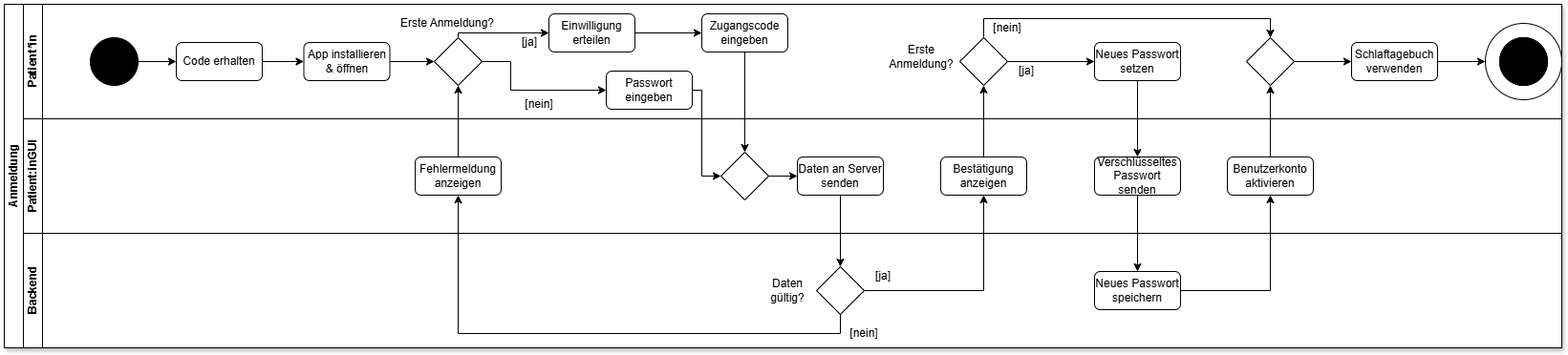
This is docs/product/images/meilenstein2/Aktivitaet_Anmeldung.drawio.png from duhoanghai/swp25-26, a draw.io export, as it was before one commit. Source tidied: cells renumbered, new cells last; positions are measured from the earlier drawing's top-left corner, leaving out a move shared by most shapes. Its diagram source:
```xml
<mxGraphModel>
  <root>
    <mxCell id="0" />
    <mxCell id="1" value="Diagrammbg" parent="0" />
    <mxCell id="2" style="rounded=0;whiteSpace=wrap;html=1;imageAspect=0;shadow=1;noLabel=1;" parent="1" vertex="1">
      <mxGeometry width="1630" height="360" as="geometry" />
    </mxCell>
    <mxCell id="3" parent="0" />
    <mxCell id="4" value="Anmeldung" style="swimlane;horizontal=0;startSize=20;html=1;" parent="3" vertex="1">
      <mxGeometry width="1630" height="360" as="geometry" />
    </mxCell>
    <mxCell id="5" value="Patient*in" style="swimlane;startSize=20;horizontal=0;html=1;" parent="4" vertex="1">
      <mxGeometry x="20" width="1610" height="120" as="geometry" />
    </mxCell>
    <mxCell id="6" style="ellipse;whiteSpace=wrap;html=1;" parent="5" vertex="1">
      <mxGeometry x="1530" y="20" width="80" height="80" as="geometry" />
    </mxCell>
    <mxCell id="7" style="edgeStyle=orthogonalEdgeStyle;rounded=0;jettySize=auto;html=1;exitX=1;exitY=0.5;exitDx=0;exitDy=0;entryX=0;entryY=0.5;entryDx=0;entryDy=0;" parent="5" edge="1" target="9">
      <mxGeometry relative="1" as="geometry">
        <mxPoint x="120" y="60" as="sourcePoint" />
      </mxGeometry>
    </mxCell>
    <mxCell id="8" style="edgeStyle=orthogonalEdgeStyle;rounded=0;jettySize=auto;html=1;exitX=1;exitY=0.5;exitDx=0;exitDy=0;entryX=0;entryY=0.5;entryDx=0;entryDy=0;" parent="5" edge="1" source="9" target="11">
      <mxGeometry relative="1" as="geometry" />
    </mxCell>
    <mxCell id="9" value="Code erhalten" style="rounded=1;whiteSpace=wrap;html=1;" parent="5" vertex="1">
      <mxGeometry x="160" y="40" width="90" height="40" as="geometry" />
    </mxCell>
    <mxCell id="10" style="edgeStyle=orthogonalEdgeStyle;rounded=0;jettySize=auto;html=1;exitX=1;exitY=0.5;exitDx=0;exitDy=0;entryX=0;entryY=0.5;entryDx=0;entryDy=0;" parent="5" edge="1" source="11" target="14">
      <mxGeometry relative="1" as="geometry" />
    </mxCell>
    <mxCell id="11" value="App installieren &amp;amp; öffnen" style="rounded=1;whiteSpace=wrap;html=1;" parent="5" vertex="1">
      <mxGeometry x="293.5" y="40" width="90" height="40" as="geometry" />
    </mxCell>
    <mxCell id="12" style="edgeStyle=orthogonalEdgeStyle;rounded=0;jettySize=auto;html=1;exitX=1;exitY=0.5;exitDx=0;exitDy=0;entryX=0;entryY=0.5;entryDx=0;entryDy=0;" parent="5" edge="1" source="14" target="17">
      <mxGeometry relative="1" as="geometry">
        <Array as="points">
          <mxPoint x="510" y="60" />
          <mxPoint x="510" y="90" />
        </Array>
      </mxGeometry>
    </mxCell>
    <mxCell id="13" style="edgeStyle=orthogonalEdgeStyle;rounded=0;jettySize=auto;html=1;exitX=0.5;exitY=0;exitDx=0;exitDy=0;entryX=0;entryY=0.5;entryDx=0;entryDy=0;" parent="5" edge="1" source="14" target="35">
      <mxGeometry relative="1" as="geometry">
        <Array as="points">
          <mxPoint x="455" y="30" />
        </Array>
      </mxGeometry>
    </mxCell>
    <mxCell id="14" style="rhombus;whiteSpace=wrap;html=1;" parent="5" vertex="1">
      <mxGeometry x="430" y="35" width="50" height="50" as="geometry" />
    </mxCell>
    <mxCell id="15" value="Erste Anmeldung?" style="text;html=1;whiteSpace=wrap;strokeColor=none;fillColor=none;align=center;verticalAlign=middle;rounded=0;" parent="5" vertex="1">
      <mxGeometry x="384" y="5" width="120" height="30" as="geometry" />
    </mxCell>
    <mxCell id="16" value="Zugangscode eingeben" style="rounded=1;whiteSpace=wrap;html=1;" parent="5" vertex="1">
      <mxGeometry x="710" y="10" width="90" height="40" as="geometry" />
    </mxCell>
    <mxCell id="17" value="Passwort eingeben" style="rounded=1;whiteSpace=wrap;html=1;" parent="5" vertex="1">
      <mxGeometry x="610" y="70" width="90" height="40" as="geometry" />
    </mxCell>
    <mxCell id="18" value="[ja]" style="text;html=1;whiteSpace=wrap;strokeColor=none;fillColor=none;align=center;verticalAlign=middle;rounded=0;" parent="5" vertex="1">
      <mxGeometry x="500" y="25" width="60" height="30" as="geometry" />
    </mxCell>
    <mxCell id="19" value="[nein]" style="text;html=1;whiteSpace=wrap;strokeColor=none;fillColor=none;align=center;verticalAlign=middle;rounded=0;" parent="5" vertex="1">
      <mxGeometry x="510" y="90" width="60" height="30" as="geometry" />
    </mxCell>
    <mxCell id="20" style="ellipse;whiteSpace=wrap;html=1;fillColor=#000000;" parent="5" vertex="1">
      <mxGeometry x="70" y="35" width="50" height="50" as="geometry" />
    </mxCell>
    <mxCell id="21" style="edgeStyle=orthogonalEdgeStyle;rounded=0;jettySize=auto;html=1;exitX=1;exitY=0.5;exitDx=0;exitDy=0;entryX=0;entryY=0.5;entryDx=0;entryDy=0;" parent="5" edge="1" source="22" target="30">
      <mxGeometry relative="1" as="geometry" />
    </mxCell>
    <mxCell id="22" style="rhombus;whiteSpace=wrap;html=1;" parent="5" vertex="1">
      <mxGeometry x="1280" y="35" width="50" height="50" as="geometry" />
    </mxCell>
    <mxCell id="23" style="edgeStyle=orthogonalEdgeStyle;rounded=0;jettySize=auto;html=1;exitX=1;exitY=0.5;exitDx=0;exitDy=0;entryX=0;entryY=0.5;entryDx=0;entryDy=0;" parent="5" edge="1" source="25" target="26">
      <mxGeometry relative="1" as="geometry" />
    </mxCell>
    <mxCell id="24" style="edgeStyle=orthogonalEdgeStyle;rounded=0;jettySize=auto;html=1;exitX=0.5;exitY=0;exitDx=0;exitDy=0;entryX=0.5;entryY=0;entryDx=0;entryDy=0;" parent="5" edge="1" source="25" target="22">
      <mxGeometry relative="1" as="geometry" />
    </mxCell>
    <mxCell id="25" style="rhombus;whiteSpace=wrap;html=1;" parent="5" vertex="1">
      <mxGeometry x="980" y="35" width="50" height="50" as="geometry" />
    </mxCell>
    <mxCell id="26" value="Neues Passwort setzen" style="rounded=1;whiteSpace=wrap;html=1;" parent="5" vertex="1">
      <mxGeometry x="1121" y="40" width="90" height="40" as="geometry" />
    </mxCell>
    <mxCell id="27" value="Erste Anmeldung?" style="text;html=1;whiteSpace=wrap;strokeColor=none;fillColor=none;align=center;verticalAlign=middle;rounded=0;" parent="5" vertex="1">
      <mxGeometry x="910" y="40" width="60" height="30" as="geometry" />
    </mxCell>
    <mxCell id="28" value="[ja]" style="text;html=1;whiteSpace=wrap;strokeColor=none;fillColor=none;align=center;verticalAlign=middle;rounded=0;" parent="5" vertex="1">
      <mxGeometry x="1020" y="55" width="60" height="30" as="geometry" />
    </mxCell>
    <mxCell id="29" style="edgeStyle=orthogonalEdgeStyle;rounded=0;jettySize=auto;html=1;exitX=1;exitY=0.5;exitDx=0;exitDy=0;entryX=0;entryY=0.5;entryDx=0;entryDy=0;" parent="5" edge="1" source="30" target="6">
      <mxGeometry relative="1" as="geometry" />
    </mxCell>
    <mxCell id="30" value="Schlaftagebuch verwenden" style="rounded=1;whiteSpace=wrap;html=1;" parent="5" vertex="1">
      <mxGeometry x="1390" y="40" width="90" height="40" as="geometry" />
    </mxCell>
    <mxCell id="31" style="ellipse;whiteSpace=wrap;html=1;fillColor=#FFFFFF;" parent="5" vertex="1">
      <mxGeometry x="1545" y="35" width="50" height="50" as="geometry" />
    </mxCell>
    <mxCell id="32" value="[nein]" style="text;html=1;whiteSpace=wrap;strokeColor=none;fillColor=none;align=center;verticalAlign=middle;rounded=0;" parent="5" vertex="1">
      <mxGeometry x="1000" y="10" width="60" height="30" as="geometry" />
    </mxCell>
    <mxCell id="33" style="ellipse;whiteSpace=wrap;html=1;fillColor=#000000;" parent="5" vertex="1">
      <mxGeometry x="1545" y="35" width="50" height="50" as="geometry" />
    </mxCell>
    <mxCell id="34" style="edgeStyle=orthogonalEdgeStyle;rounded=0;jettySize=auto;html=1;exitX=1;exitY=0.5;exitDx=0;exitDy=0;entryX=0;entryY=0.5;entryDx=0;entryDy=0;" parent="5" edge="1" source="35" target="16">
      <mxGeometry relative="1" as="geometry" />
    </mxCell>
    <mxCell id="35" value="Einwilligung erteilen" style="rounded=1;whiteSpace=wrap;html=1;" parent="5" vertex="1">
      <mxGeometry x="550" y="10" width="90" height="40" as="geometry" />
    </mxCell>
    <mxCell id="36" value="Patient:inGUI" style="swimlane;startSize=20;horizontal=0;html=1;" parent="4" vertex="1">
      <mxGeometry x="20" y="120" width="1610" height="120" as="geometry" />
    </mxCell>
    <mxCell id="37" style="edgeStyle=orthogonalEdgeStyle;rounded=0;jettySize=auto;html=1;exitX=1;exitY=0.5;exitDx=0;exitDy=0;entryX=0;entryY=0.5;entryDx=0;entryDy=0;" parent="36" edge="1" source="38" target="39">
      <mxGeometry relative="1" as="geometry" />
    </mxCell>
    <mxCell id="38" style="rhombus;whiteSpace=wrap;html=1;" parent="36" vertex="1">
      <mxGeometry x="730" y="35" width="50" height="50" as="geometry" />
    </mxCell>
    <mxCell id="39" value="Daten an Server senden" style="rounded=1;whiteSpace=wrap;html=1;" parent="36" vertex="1">
      <mxGeometry x="810" y="40" width="90" height="40" as="geometry" />
    </mxCell>
    <mxCell id="40" value="Fehlermeldung anzeigen" style="rounded=1;whiteSpace=wrap;html=1;" parent="36" vertex="1">
      <mxGeometry x="410" y="40" width="90" height="40" as="geometry" />
    </mxCell>
    <mxCell id="41" value="Bestätigung anzeigen" style="rounded=1;whiteSpace=wrap;html=1;" parent="36" vertex="1">
      <mxGeometry x="960" y="40" width="90" height="40" as="geometry" />
    </mxCell>
    <mxCell id="42" value="Verschlüsseltes&lt;div&gt;Passwort senden&lt;/div&gt;" style="rounded=1;whiteSpace=wrap;html=1;" parent="36" vertex="1">
      <mxGeometry x="1121" y="40" width="90" height="40" as="geometry" />
    </mxCell>
    <mxCell id="43" value="Benutzerkonto aktivieren" style="rounded=1;whiteSpace=wrap;html=1;" parent="36" vertex="1">
      <mxGeometry x="1260" y="40" width="90" height="40" as="geometry" />
    </mxCell>
    <mxCell id="44" value="Backend" style="swimlane;startSize=20;horizontal=0;html=1;" parent="4" vertex="1">
      <mxGeometry x="20" y="240" width="1610" height="120" as="geometry" />
    </mxCell>
    <mxCell id="45" style="rhombus;whiteSpace=wrap;html=1;" parent="44" vertex="1">
      <mxGeometry x="830" y="35" width="50" height="50" as="geometry" />
    </mxCell>
    <mxCell id="46" value="[nein]" style="text;html=1;whiteSpace=wrap;strokeColor=none;fillColor=none;align=center;verticalAlign=middle;rounded=0;" parent="44" vertex="1">
      <mxGeometry x="850" y="90" width="60" height="30" as="geometry" />
    </mxCell>
    <mxCell id="47" value="[ja]" style="text;html=1;whiteSpace=wrap;strokeColor=none;fillColor=none;align=center;verticalAlign=middle;rounded=0;" parent="44" vertex="1">
      <mxGeometry x="870" y="30" width="60" height="30" as="geometry" />
    </mxCell>
    <mxCell id="48" value="Daten gültig?" style="text;html=1;whiteSpace=wrap;strokeColor=none;fillColor=none;align=center;verticalAlign=middle;rounded=0;" parent="44" vertex="1">
      <mxGeometry x="770" y="45" width="60" height="30" as="geometry" />
    </mxCell>
    <mxCell id="49" value="Neues Passwort speichern" style="rounded=1;whiteSpace=wrap;html=1;" parent="44" vertex="1">
      <mxGeometry x="1121" y="40" width="90" height="40" as="geometry" />
    </mxCell>
    <mxCell id="50" style="edgeStyle=orthogonalEdgeStyle;rounded=0;jettySize=auto;html=1;exitX=1;exitY=0.5;exitDx=0;exitDy=0;entryX=0;entryY=0.5;entryDx=0;entryDy=0;" parent="4" edge="1" source="17" target="38">
      <mxGeometry relative="1" as="geometry">
        <Array as="points">
          <mxPoint x="730" y="90" />
          <mxPoint x="730" y="180" />
        </Array>
      </mxGeometry>
    </mxCell>
    <mxCell id="51" style="edgeStyle=orthogonalEdgeStyle;rounded=0;jettySize=auto;html=1;exitX=0.5;exitY=1;exitDx=0;exitDy=0;entryX=0.5;entryY=0;entryDx=0;entryDy=0;" parent="4" edge="1" source="39" target="45">
      <mxGeometry relative="1" as="geometry" />
    </mxCell>
    <mxCell id="52" style="edgeStyle=orthogonalEdgeStyle;rounded=0;jettySize=auto;html=1;exitX=0.5;exitY=0;exitDx=0;exitDy=0;entryX=0.5;entryY=1;entryDx=0;entryDy=0;" parent="4" edge="1" source="40" target="14">
      <mxGeometry relative="1" as="geometry" />
    </mxCell>
    <mxCell id="53" style="edgeStyle=orthogonalEdgeStyle;rounded=0;jettySize=auto;html=1;exitX=0.5;exitY=1;exitDx=0;exitDy=0;entryX=0.5;entryY=1;entryDx=0;entryDy=0;" parent="4" edge="1" source="45" target="40">
      <mxGeometry relative="1" as="geometry" />
    </mxCell>
    <mxCell id="54" style="edgeStyle=orthogonalEdgeStyle;rounded=0;jettySize=auto;html=1;exitX=1;exitY=0.5;exitDx=0;exitDy=0;entryX=0.5;entryY=1;entryDx=0;entryDy=0;" parent="4" edge="1" source="45" target="41">
      <mxGeometry relative="1" as="geometry" />
    </mxCell>
    <mxCell id="55" style="edgeStyle=orthogonalEdgeStyle;rounded=0;jettySize=auto;html=1;exitX=0.5;exitY=0;exitDx=0;exitDy=0;entryX=0.5;entryY=1;entryDx=0;entryDy=0;" parent="4" edge="1" source="41" target="25">
      <mxGeometry relative="1" as="geometry" />
    </mxCell>
    <mxCell id="56" style="edgeStyle=orthogonalEdgeStyle;rounded=0;jettySize=auto;html=1;exitX=0.5;exitY=1;exitDx=0;exitDy=0;entryX=0.5;entryY=0;entryDx=0;entryDy=0;" parent="4" edge="1" source="26" target="42">
      <mxGeometry relative="1" as="geometry" />
    </mxCell>
    <mxCell id="57" style="edgeStyle=orthogonalEdgeStyle;rounded=0;jettySize=auto;html=1;exitX=0.5;exitY=1;exitDx=0;exitDy=0;entryX=0.5;entryY=0;entryDx=0;entryDy=0;" parent="4" edge="1" source="42" target="49">
      <mxGeometry relative="1" as="geometry" />
    </mxCell>
    <mxCell id="58" style="edgeStyle=orthogonalEdgeStyle;rounded=0;jettySize=auto;html=1;exitX=1;exitY=0.5;exitDx=0;exitDy=0;entryX=0.5;entryY=1;entryDx=0;entryDy=0;" parent="4" edge="1" source="49" target="43">
      <mxGeometry relative="1" as="geometry" />
    </mxCell>
    <mxCell id="59" style="edgeStyle=orthogonalEdgeStyle;rounded=0;jettySize=auto;html=1;exitX=0.5;exitY=0;exitDx=0;exitDy=0;entryX=0.5;entryY=1;entryDx=0;entryDy=0;" parent="4" edge="1" source="43" target="22">
      <mxGeometry relative="1" as="geometry" />
    </mxCell>
    <mxCell id="60" style="edgeStyle=orthogonalEdgeStyle;rounded=0;jettySize=auto;html=1;exitX=0.5;exitY=1;exitDx=0;exitDy=0;entryX=0.5;entryY=0;entryDx=0;entryDy=0;" parent="4" edge="1" source="16" target="38">
      <mxGeometry relative="1" as="geometry" />
    </mxCell>
  </root>
</mxGraphModel>
```
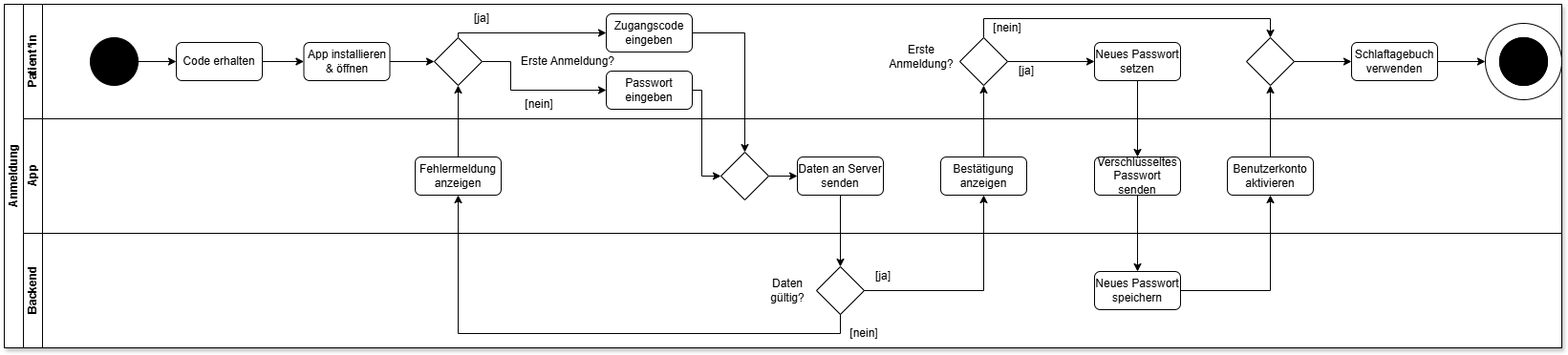
After the commit.

What changed in the source:
```diff
@@ -32,6 +32,13 @@
     <mxCell id="11" value="App installieren &amp;amp; öffnen" style="rounded=1;whiteSpace=wrap;html=1;" parent="5" vertex="1">
       <mxGeometry x="293.5" y="40" width="90" height="40" as="geometry" />
     </mxCell>
+    <mxCell id="61" style="edgeStyle=orthogonalEdgeStyle;rounded=0;jettySize=auto;html=1;exitX=0.5;exitY=0;exitDx=0;exitDy=0;entryX=0;entryY=0.5;entryDx=0;entryDy=0;" parent="5" edge="1" source="14" target="16">
+      <mxGeometry relative="1" as="geometry">
+        <Array as="points">
+          <mxPoint x="455" y="30" />
+        </Array>
+      </mxGeometry>
+    </mxCell>
     <mxCell id="12" style="edgeStyle=orthogonalEdgeStyle;rounded=0;jettySize=auto;html=1;exitX=1;exitY=0.5;exitDx=0;exitDy=0;entryX=0;entryY=0.5;entryDx=0;entryDy=0;" parent="5" edge="1" source="14" target="17">
       <mxGeometry relative="1" as="geometry">
         <Array as="points">
@@ -40,27 +47,20 @@
         </Array>
       </mxGeometry>
     </mxCell>
-    <mxCell id="13" style="edgeStyle=orthogonalEdgeStyle;rounded=0;jettySize=auto;html=1;exitX=0.5;exitY=0;exitDx=0;exitDy=0;entryX=0;entryY=0.5;entryDx=0;entryDy=0;" parent="5" edge="1" source="14" target="35">
-      <mxGeometry relative="1" as="geometry">
-        <Array as="points">
-          <mxPoint x="455" y="30" />
-        </Array>
-      </mxGeometry>
-    </mxCell>
     <mxCell id="14" style="rhombus;whiteSpace=wrap;html=1;" parent="5" vertex="1">
       <mxGeometry x="430" y="35" width="50" height="50" as="geometry" />
     </mxCell>
     <mxCell id="15" value="Erste Anmeldung?" style="text;html=1;whiteSpace=wrap;strokeColor=none;fillColor=none;align=center;verticalAlign=middle;rounded=0;" parent="5" vertex="1">
-      <mxGeometry x="384" y="5" width="120" height="30" as="geometry" />
+      <mxGeometry x="510" y="45" width="120" height="30" as="geometry" />
     </mxCell>
     <mxCell id="16" value="Zugangscode eingeben" style="rounded=1;whiteSpace=wrap;html=1;" parent="5" vertex="1">
-      <mxGeometry x="710" y="10" width="90" height="40" as="geometry" />
+      <mxGeometry x="610" y="10" width="90" height="40" as="geometry" />
     </mxCell>
     <mxCell id="17" value="Passwort eingeben" style="rounded=1;whiteSpace=wrap;html=1;" parent="5" vertex="1">
       <mxGeometry x="610" y="70" width="90" height="40" as="geometry" />
     </mxCell>
     <mxCell id="18" value="[ja]" style="text;html=1;whiteSpace=wrap;strokeColor=none;fillColor=none;align=center;verticalAlign=middle;rounded=0;" parent="5" vertex="1">
-      <mxGeometry x="500" y="25" width="60" height="30" as="geometry" />
+      <mxGeometry x="450" width="60" height="30" as="geometry" />
     </mxCell>
     <mxCell id="19" value="[nein]" style="text;html=1;whiteSpace=wrap;strokeColor=none;fillColor=none;align=center;verticalAlign=middle;rounded=0;" parent="5" vertex="1">
       <mxGeometry x="510" y="90" width="60" height="30" as="geometry" />
@@ -107,13 +107,7 @@
     <mxCell id="33" style="ellipse;whiteSpace=wrap;html=1;fillColor=#000000;" parent="5" vertex="1">
       <mxGeometry x="1545" y="35" width="50" height="50" as="geometry" />
     </mxCell>
-    <mxCell id="34" style="edgeStyle=orthogonalEdgeStyle;rounded=0;jettySize=auto;html=1;exitX=1;exitY=0.5;exitDx=0;exitDy=0;entryX=0;entryY=0.5;entryDx=0;entryDy=0;" parent="5" edge="1" source="35" target="16">
-      <mxGeometry relative="1" as="geometry" />
-    </mxCell>
-    <mxCell id="35" value="Einwilligung erteilen" style="rounded=1;whiteSpace=wrap;html=1;" parent="5" vertex="1">
-      <mxGeometry x="550" y="10" width="90" height="40" as="geometry" />
-    </mxCell>
-    <mxCell id="36" value="Patient:inGUI" style="swimlane;startSize=20;horizontal=0;html=1;" parent="4" vertex="1">
+    <mxCell id="36" value="App" style="swimlane;startSize=20;horizontal=0;html=1;" parent="4" vertex="1">
       <mxGeometry x="20" y="120" width="1610" height="120" as="geometry" />
     </mxCell>
     <mxCell id="37" style="edgeStyle=orthogonalEdgeStyle;rounded=0;jettySize=auto;html=1;exitX=1;exitY=0.5;exitDx=0;exitDy=0;entryX=0;entryY=0.5;entryDx=0;entryDy=0;" parent="36" edge="1" source="38" target="39">
@@ -163,6 +157,9 @@
         </Array>
       </mxGeometry>
     </mxCell>
+    <mxCell id="60" style="edgeStyle=orthogonalEdgeStyle;rounded=0;jettySize=auto;html=1;exitX=1;exitY=0.5;exitDx=0;exitDy=0;entryX=0.5;entryY=0;entryDx=0;entryDy=0;" parent="4" edge="1" source="16" target="38">
+      <mxGeometry relative="1" as="geometry" />
+    </mxCell>
     <mxCell id="51" style="edgeStyle=orthogonalEdgeStyle;rounded=0;jettySize=auto;html=1;exitX=0.5;exitY=1;exitDx=0;exitDy=0;entryX=0.5;entryY=0;entryDx=0;entryDy=0;" parent="4" edge="1" source="39" target="45">
       <mxGeometry relative="1" as="geometry" />
     </mxCell>
@@ -190,8 +187,5 @@
     <mxCell id="59" style="edgeStyle=orthogonalEdgeStyle;rounded=0;jettySize=auto;html=1;exitX=0.5;exitY=0;exitDx=0;exitDy=0;entryX=0.5;entryY=1;entryDx=0;entryDy=0;" parent="4" edge="1" source="43" target="22">
       <mxGeometry relative="1" as="geometry" />
     </mxCell>
-    <mxCell id="60" style="edgeStyle=orthogonalEdgeStyle;rounded=0;jettySize=auto;html=1;exitX=0.5;exitY=1;exitDx=0;exitDy=0;entryX=0.5;entryY=0;entryDx=0;entryDy=0;" parent="4" edge="1" source="16" target="38">
-      <mxGeometry relative="1" as="geometry" />
-    </mxCell>
   </root>
 </mxGraphModel>
```
